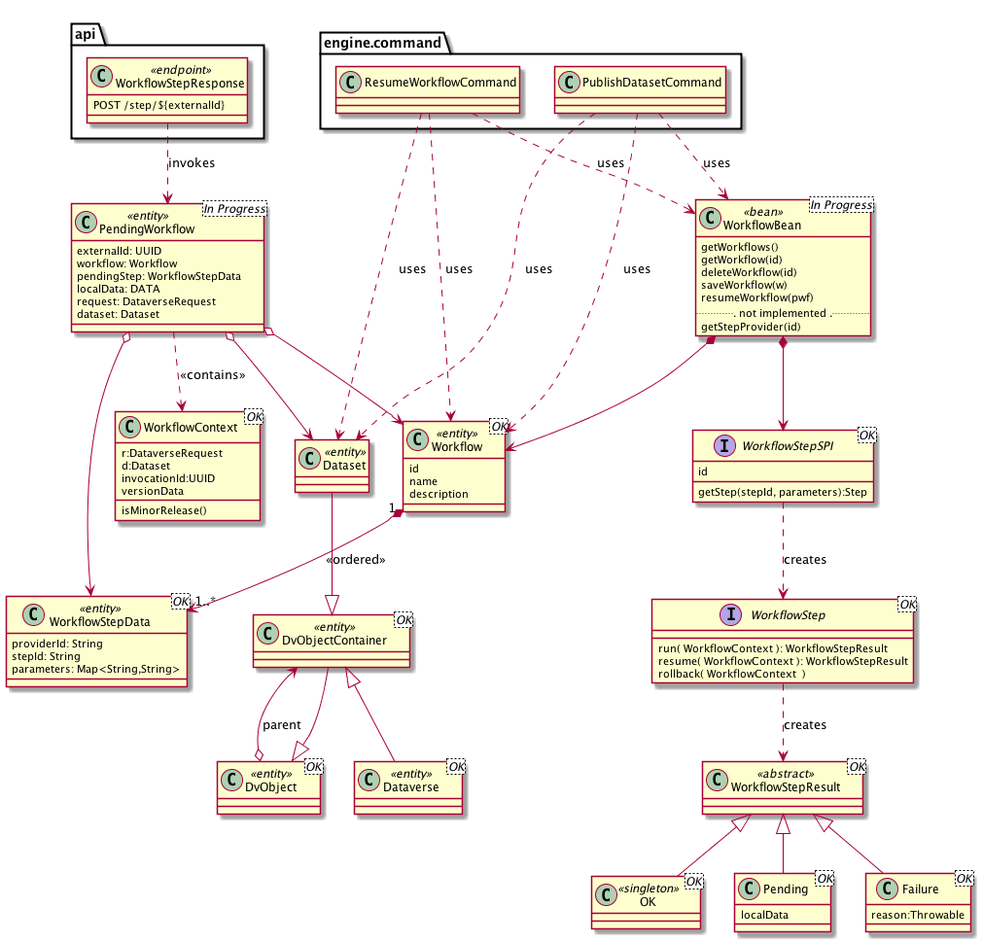
This is doc/Architecture/Workflow/classes.png from IQSS/dataverse, a PlantUML export, as it was before one commit.
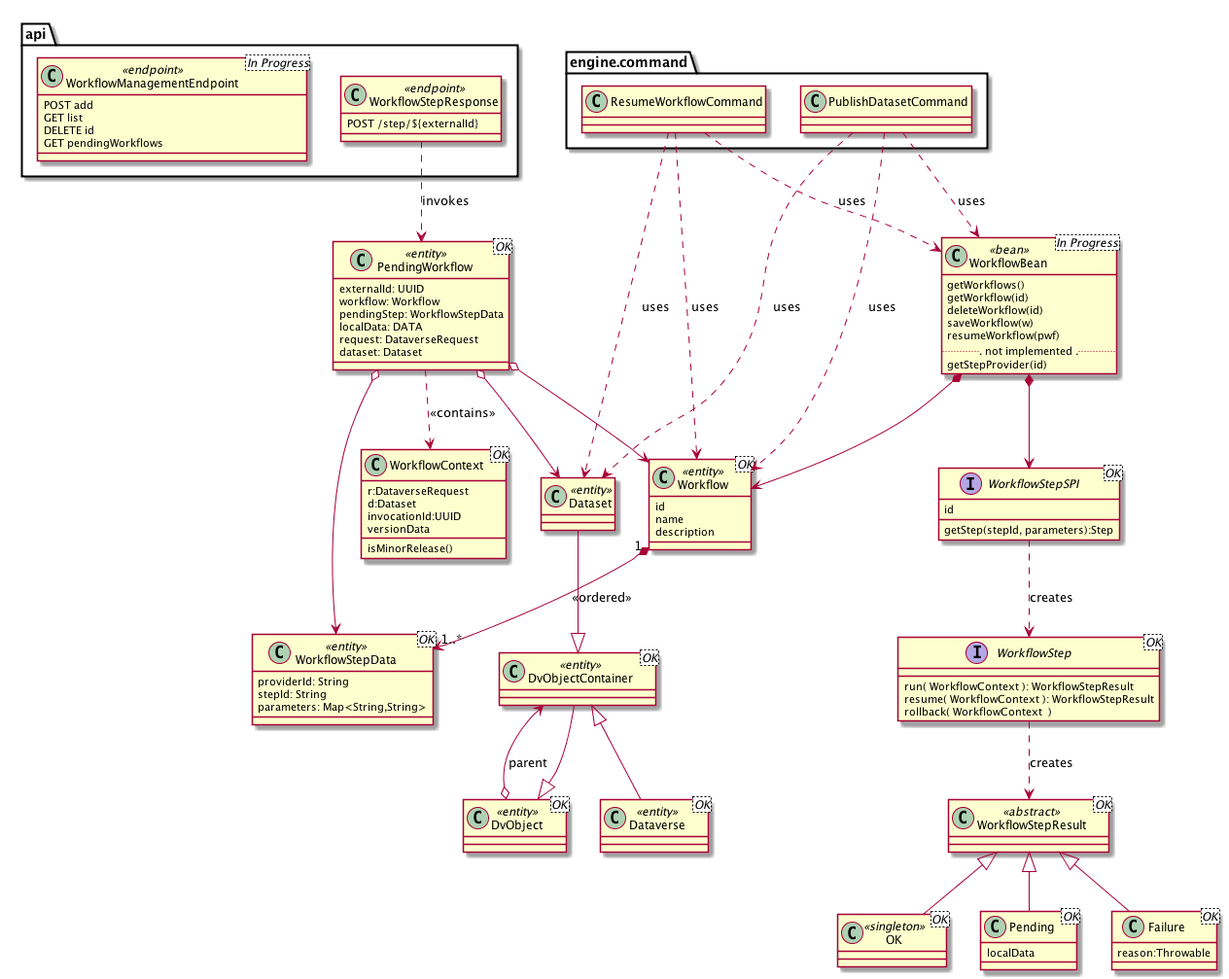
Above is the later version.

Diff of the diagram source:
```diff
@@ -40,7 +40,7 @@
   isMinorRelease()
 }
 
-class PendingWorkflow<In Progress> <<entity>> {
+class PendingWorkflow<OK> <<entity>> {
   externalId: UUID
   workflow: Workflow
   pendingStep: WorkflowStepData
@@ -78,6 +78,13 @@
   class WorkflowStepResponse <<endpoint>> {
     POST /step/${externalId}
   }
+
+  class WorkflowManagementEndpoint<In Progress> <<endpoint>> {
+    POST add
+    GET list
+    DELETE id
+    GET pendingWorkflows
+  }
 }
 
 OK -up-|> WorkflowStepResult
```
